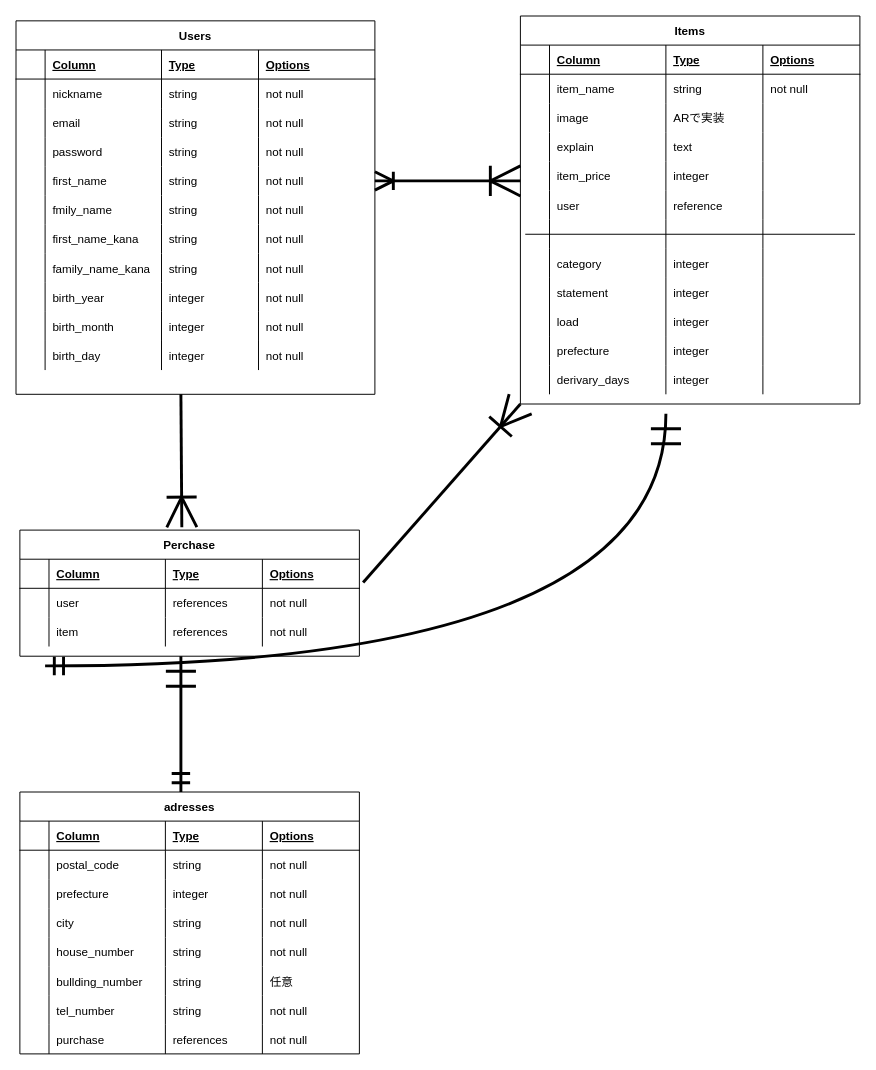
Earlier version of the draw.io diagram furima_table.dio (kuuleon/furima-kagawa2021-passpo). Source tidied: cells renumbered, new cells numbered last; positions are measured from the earlier drawing's top-left corner, leaving out a move shared by most shapes. Both pictures are drawn from the tidied source at 97%, with x=0, y=0 at pixel (16, 16).
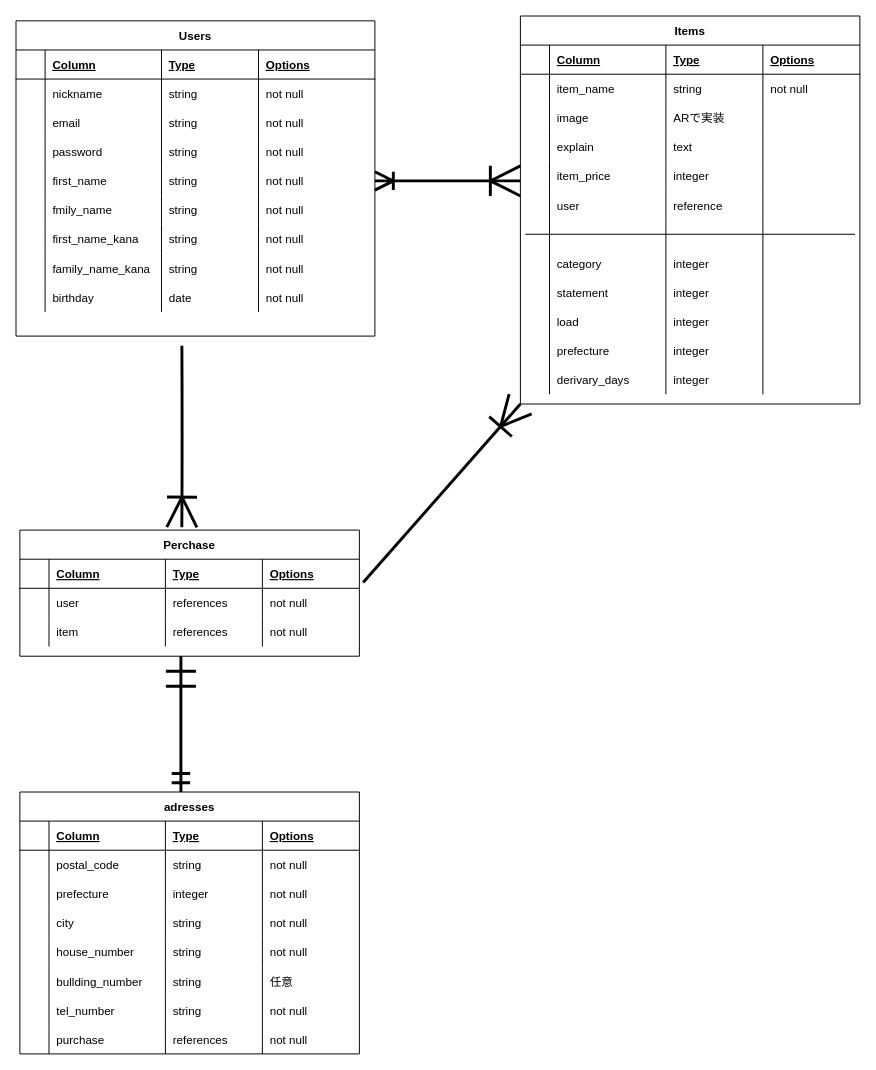
The same page after the edit.

Unchanged cells that the change refers to:
```xml
<mxCell id="44" style="shape=partialRectangle;fillColor=none;top=0;left=0;bottom=0;right=0;" parent="2" vertex="1">
  <mxGeometry y="270" width="370" height="30" as="geometry" />
</mxCell>
<mxCell id="121" value="Perchase" style="shape=table;startSize=30;childLayout=tableLayout;rowLines=0;fontStyle=1;align=center;" parent="1" vertex="1">
  <mxGeometry x="4" y="530" width="350" height="130" as="geometry" />
</mxCell>
```

What changed in the source:
```diff
@@
     <mxCell id="2" value="Users" style="shape=table;startSize=30;childLayout=tableLayout;rowLines=0;fontStyle=1;align=center;" parent="1" vertex="1">
-      <mxGeometry y="5" width="370" height="385" as="geometry" />
+      <mxGeometry y="5" width="370" height="325" as="geometry" />
     </mxCell>
@@
-    <mxCell id="46" value="birth_year" style="shape=partialRectangle;fillColor=none;top=0;left=0;bottom=0;right=0;align=left;spacingLeft=6;overflow=hidden;" parent="44" vertex="1">
+    <mxCell id="46" value="birthday" style="shape=partialRectangle;fillColor=none;top=0;left=0;bottom=0;right=0;align=left;spacingLeft=6;overflow=hidden;" parent="44" vertex="1">
       <mxGeometry x="30" width="120" height="30" as="geometry" />
     </mxCell>
-    <mxCell id="47" value="integer" style="shape=partialRectangle;fillColor=none;top=0;left=0;bottom=0;right=0;align=left;spacingLeft=6;overflow=hidden;" parent="44" vertex="1">
+    <mxCell id="47" value="date" style="shape=partialRectangle;fillColor=none;top=0;left=0;bottom=0;right=0;align=left;spacingLeft=6;overflow=hidden;" parent="44" vertex="1">
       <mxGeometry x="150" width="100" height="30" as="geometry" />
     </mxCell>
@@
-    <mxCell id="49" style="shape=partialRectangle;fillColor=none;top=0;left=0;bottom=0;right=0;" parent="2" vertex="1">
-      <mxGeometry y="300" width="370" height="30" as="geometry" />
-    </mxCell>
-    <mxCell id="50" style="shape=partialRectangle;fillColor=none;top=0;left=0;bottom=0;right=0;overflow=hidden;" parent="49" vertex="1">
-      <mxGeometry width="30" height="30" as="geometry" />
-    </mxCell>
-    <mxCell id="51" value="birth_month" style="shape=partialRectangle;fillColor=none;top=0;left=0;bottom=0;right=0;align=left;spacingLeft=6;overflow=hidden;" parent="49" vertex="1">
-      <mxGeometry x="30" width="120" height="30" as="geometry" />
-    </mxCell>
-    <mxCell id="52" value="integer" style="shape=partialRectangle;fillColor=none;top=0;left=0;bottom=0;right=0;align=left;spacingLeft=6;overflow=hidden;" parent="49" vertex="1">
-      <mxGeometry x="150" width="100" height="30" as="geometry" />
-    </mxCell>
-    <mxCell id="53" value="not null" style="shape=partialRectangle;fillColor=none;top=0;left=0;bottom=0;right=0;align=left;spacingLeft=6;overflow=hidden;" parent="49" vertex="1">
-      <mxGeometry x="250" width="120" height="30" as="geometry" />
-    </mxCell>
-    <mxCell id="54" style="shape=partialRectangle;fillColor=none;top=0;left=0;bottom=0;right=0;" parent="2" vertex="1">
-      <mxGeometry y="330" width="370" height="30" as="geometry" />
-    </mxCell>
-    <mxCell id="55" style="shape=partialRectangle;fillColor=none;top=0;left=0;bottom=0;right=0;overflow=hidden;" parent="54" vertex="1">
-      <mxGeometry width="30" height="30" as="geometry" />
-    </mxCell>
-    <mxCell id="56" value="birth_day" style="shape=partialRectangle;fillColor=none;top=0;left=0;bottom=0;right=0;align=left;spacingLeft=6;overflow=hidden;" parent="54" vertex="1">
-      <mxGeometry x="30" width="120" height="30" as="geometry" />
-    </mxCell>
-    <mxCell id="57" value="integer" style="shape=partialRectangle;fillColor=none;top=0;left=0;bottom=0;right=0;align=left;spacingLeft=6;overflow=hidden;" parent="54" vertex="1">
-      <mxGeometry x="150" width="100" height="30" as="geometry" />
-    </mxCell>
-    <mxCell id="58" value="not null" style="shape=partialRectangle;fillColor=none;top=0;left=0;bottom=0;right=0;align=left;spacingLeft=6;overflow=hidden;" parent="54" vertex="1">
-      <mxGeometry x="250" width="120" height="30" as="geometry" />
-    </mxCell>
@@
-    <mxCell id="140" style="edgeStyle=orthogonalEdgeStyle;fontSize=12;html=1;endArrow=ERmandOne;startArrow=ERmandOne;startSize=15;endSize=27;strokeWidth=3;exitX=1.009;exitY=0.233;exitDx=0;exitDy=0;exitPerimeter=0;curved=1;" parent="1" edge="1">
-      <mxGeometry relative="1" as="geometry">
-        <mxPoint x="30" y="670" as="sourcePoint" />
-        <mxPoint x="670" y="410" as="targetPoint" />
-      </mxGeometry>
-    </mxCell>
@@
     <mxCell id="184" style="edgeStyle=orthogonalEdgeStyle;fontSize=12;html=1;endArrow=ERoneToMany;endSize=27;startSize=15;jumpSize=19;strokeWidth=3;curved=1;entryX=0.477;entryY=-0.023;entryDx=0;entryDy=0;entryPerimeter=0;" parent="1" edge="1" target="121">
       <mxGeometry relative="1" as="geometry">
-        <mxPoint x="170" y="390" as="sourcePoint" />
+        <mxPoint x="171" y="340" as="sourcePoint" />
       </mxGeometry>
     </mxCell>
```
